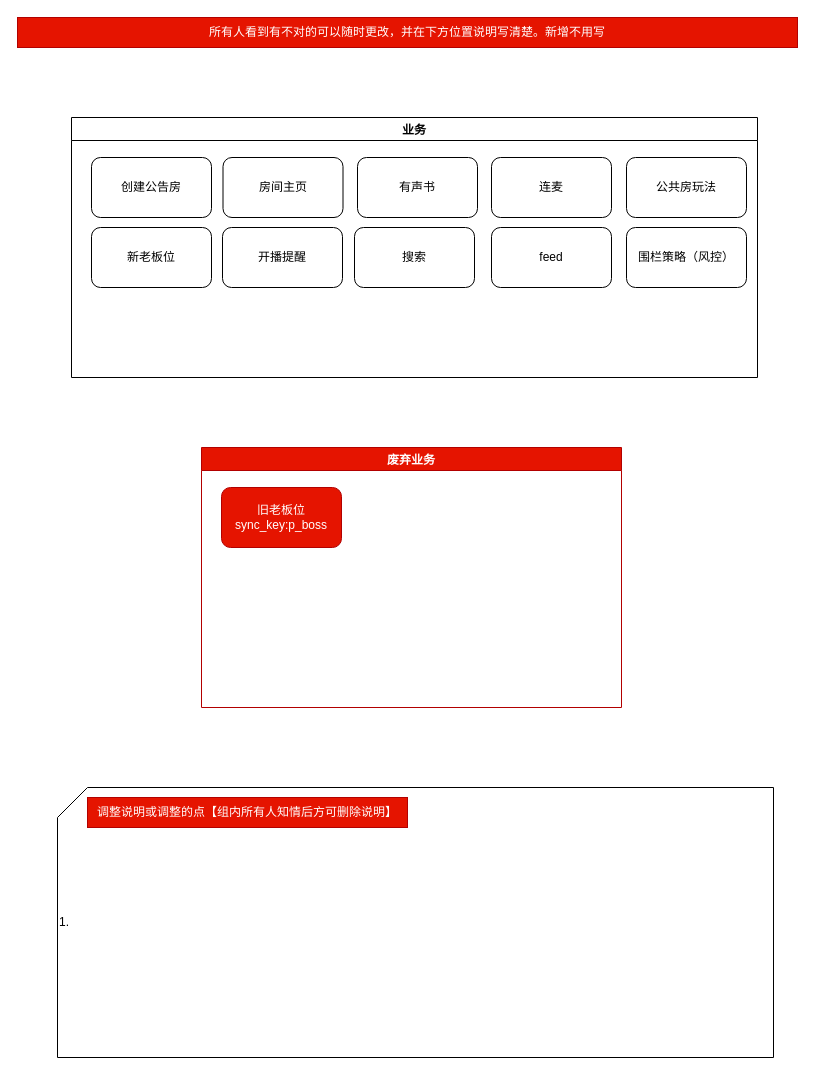
wclssdn/draw.io keeps this draw.io diagram as page "公共房业务" (1 of 11) of pepper/公共房.drawio. Above is the earlier version. Source tidied: cells renumbered, new cells numbered last; positions are measured from the earlier drawing's top-left corner, leaving out a move shared by most shapes. Both pictures are drawn from the tidied source at 100%, with x=0, y=0 at pixel (17, 17).
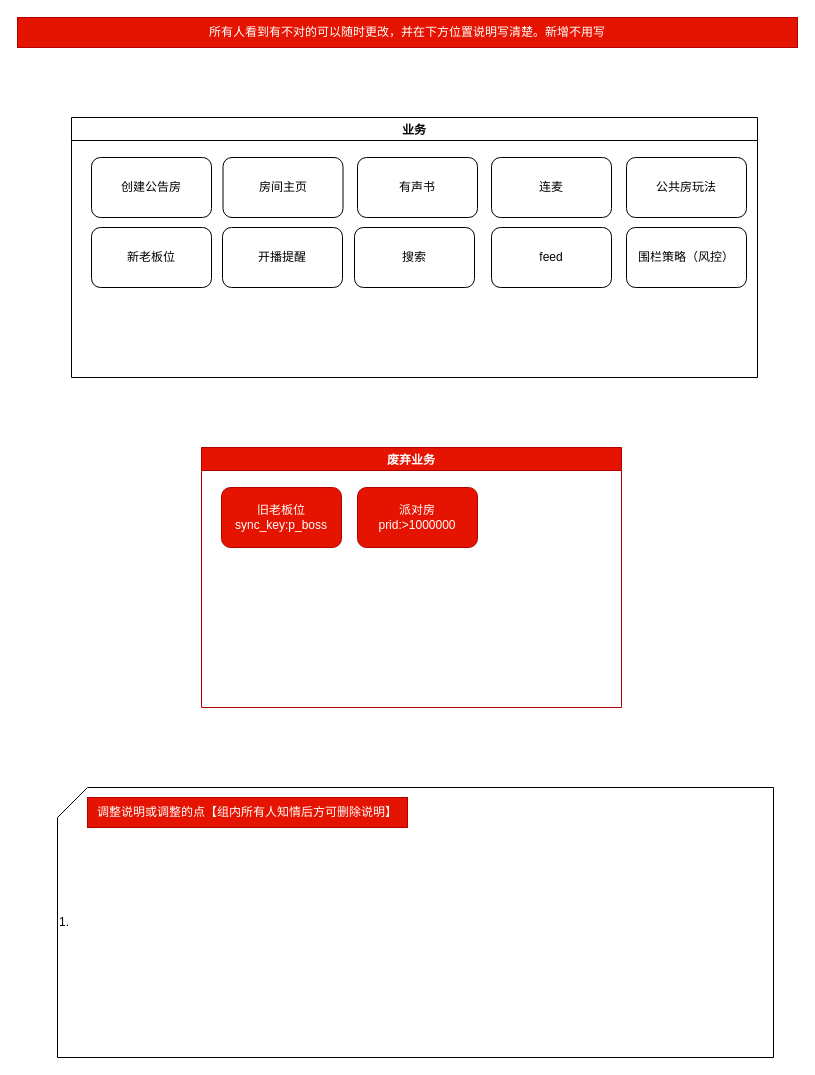
After the change.

Diff of the diagram source:
```diff
@@
 <mxGraphModel>
   <root>
     <mxCell id="0" />
     <mxCell id="1" parent="0" />
     <mxCell id="2" value="业务" style="swimlane;" parent="1" vertex="1">
       <mxGeometry x="54" y="100" width="686" height="260" as="geometry" />
     </mxCell>
     <mxCell id="3" value="新老板位" style="rounded=1;whiteSpace=wrap;html=1;fillColor=default;strokeColor=default;fontColor=default;" parent="2" vertex="1">
       <mxGeometry x="20" y="110" width="120" height="60" as="geometry" />
     </mxCell>
     <mxCell id="4" value="连麦" style="rounded=1;whiteSpace=wrap;html=1;fillColor=default;strokeColor=default;fontColor=default;" parent="2" vertex="1">
       <mxGeometry x="420" y="40" width="120" height="60" as="geometry" />
     </mxCell>
     <mxCell id="5" value="feed" style="rounded=1;whiteSpace=wrap;html=1;fillColor=default;strokeColor=default;fontColor=default;" parent="2" vertex="1">
       <mxGeometry x="420" y="110" width="120" height="60" as="geometry" />
     </mxCell>
     <mxCell id="6" value="公共房玩法" style="rounded=1;whiteSpace=wrap;html=1;" parent="2" vertex="1">
       <mxGeometry x="555" y="40" width="120" height="60" as="geometry" />
     </mxCell>
     <mxCell id="7" value="围栏策略（风控）" style="rounded=1;whiteSpace=wrap;html=1;fillColor=default;strokeColor=default;fontColor=default;" parent="2" vertex="1">
       <mxGeometry x="555" y="110" width="120" height="60" as="geometry" />
     </mxCell>
     <mxCell id="8" value="搜索" style="rounded=1;whiteSpace=wrap;html=1;fillColor=default;strokeColor=default;fontColor=default;" parent="2" vertex="1">
       <mxGeometry x="283" y="110" width="120" height="60" as="geometry" />
     </mxCell>
     <mxCell id="9" value="房间主页" style="rounded=1;whiteSpace=wrap;html=1;" parent="2" vertex="1">
       <mxGeometry x="151.5" y="40" width="120" height="60" as="geometry" />
     </mxCell>
     <mxCell id="10" value="有声书" style="rounded=1;whiteSpace=wrap;html=1;" parent="2" vertex="1">
       <mxGeometry x="286" y="40" width="120" height="60" as="geometry" />
     </mxCell>
     <mxCell id="11" value="开播提醒" style="rounded=1;whiteSpace=wrap;html=1;fillColor=default;strokeColor=default;fontColor=default;" parent="2" vertex="1">
       <mxGeometry x="151" y="110" width="120" height="60" as="geometry" />
     </mxCell>
     <mxCell id="12" value="创建公告房" style="rounded=1;whiteSpace=wrap;html=1;" parent="2" vertex="1">
       <mxGeometry x="20" y="40" width="120" height="60" as="geometry" />
     </mxCell>
     <mxCell id="13" value="废弃业务" style="swimlane;fillColor=#e51400;strokeColor=#B20000;fontColor=#ffffff;" parent="1" vertex="1">
       <mxGeometry x="184" y="430" width="420" height="260" as="geometry" />
     </mxCell>
     <mxCell id="14" value="旧老板位&lt;br&gt;sync_key:p_boss" style="rounded=1;whiteSpace=wrap;html=1;fillColor=#e51400;strokeColor=#B20000;fontColor=#ffffff;" parent="13" vertex="1">
       <mxGeometry x="20" y="40" width="120" height="60" as="geometry" />
     </mxCell>
+    <mxCell id="18" value="派对房&lt;br&gt;prid:&amp;gt;1000000" style="rounded=1;whiteSpace=wrap;html=1;fillColor=#e51400;strokeColor=#B20000;fontColor=#ffffff;" parent="13" vertex="1">
+      <mxGeometry x="156" y="40" width="120" height="60" as="geometry" />
+    </mxCell>
     <mxCell id="15" value="所有人看到有不对的可以随时更改，并在下方位置说明写清楚。新增不用写" style="text;html=1;strokeColor=#B20000;fillColor=#e51400;align=center;verticalAlign=middle;whiteSpace=wrap;rounded=0;fontColor=#ffffff;" parent="1" vertex="1">
       <mxGeometry width="780" height="30" as="geometry" />
     </mxCell>
     <mxCell id="16" value="1.&lt;div&gt;&lt;/div&gt;" style="shape=card;whiteSpace=wrap;html=1;align=left;" parent="1" vertex="1">
       <mxGeometry x="40" y="770" width="716" height="270" as="geometry" />
     </mxCell>
     <mxCell id="17" value="调整说明或调整的点【组内所有人知情后方可删除说明】" style="text;html=1;strokeColor=#B20000;fillColor=#e51400;align=center;verticalAlign=middle;whiteSpace=wrap;rounded=0;fontColor=#ffffff;" parent="1" vertex="1">
       <mxGeometry x="70" y="780" width="320" height="30" as="geometry" />
     </mxCell>
   </root>
 </mxGraphModel>
```
